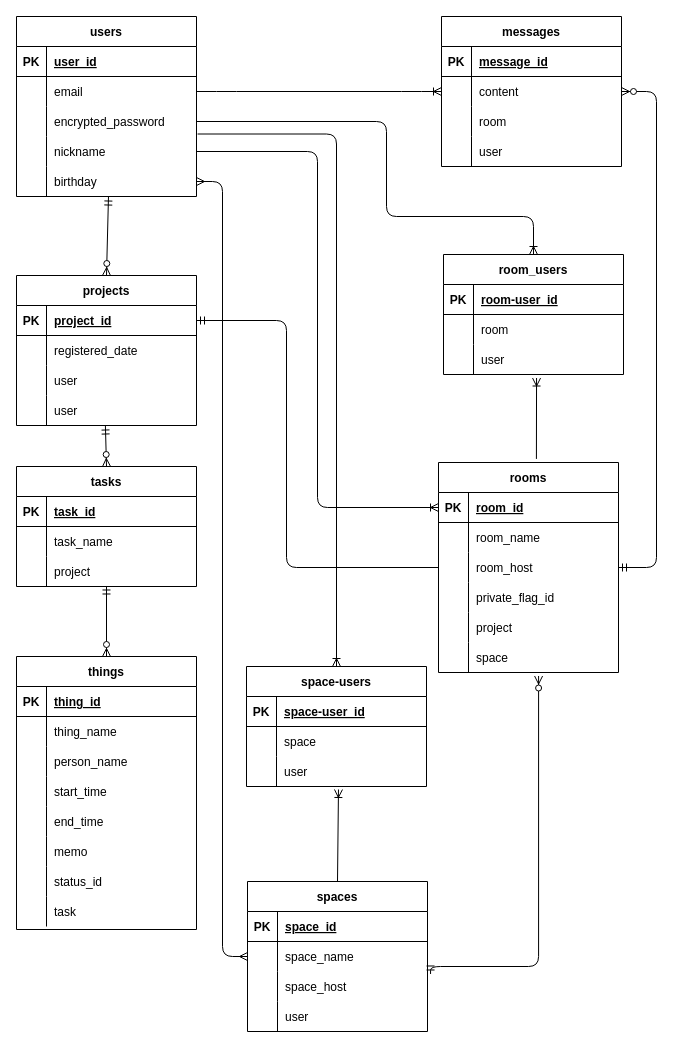
Before: tododbd.dio in sora-site/tododbd, a draw.io diagram. Source tidied: cells renumbered, new cells numbered last; positions are measured from the earlier drawing's top-left corner, leaving out a move shared by most shapes. Both pictures are drawn from the tidied source at 100%, with x=0, y=0 at pixel (16, 16).
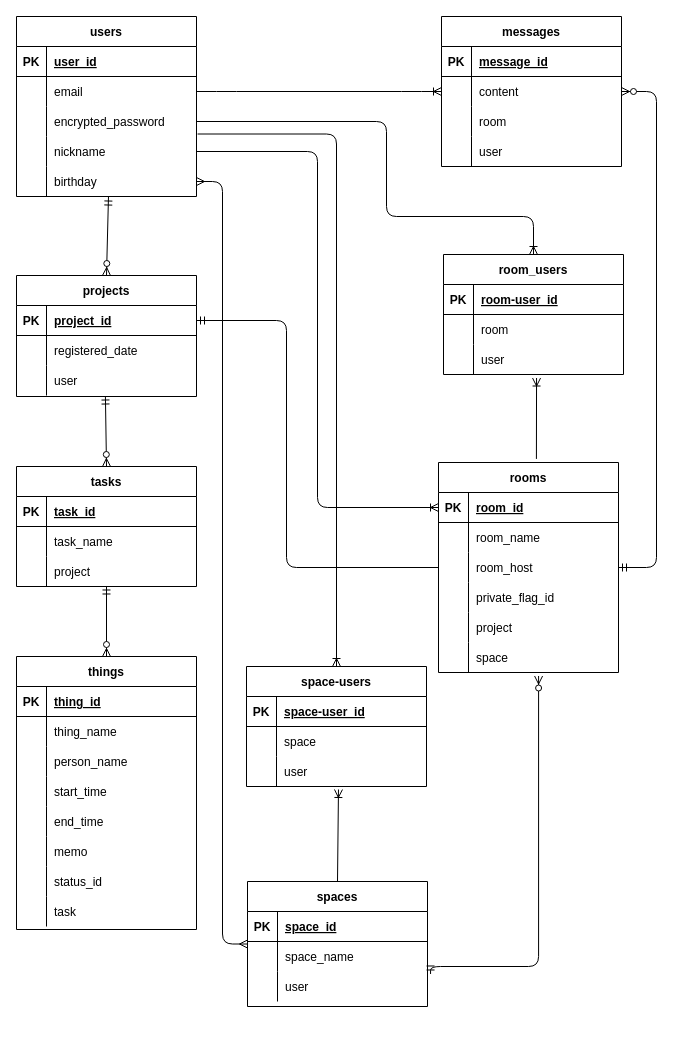
Above is the later version.

Commit message (it also covers changes not shown here):
spaceモデル作成・er図修正

What changed in the source:
```diff
@@
     <mxCell id="100" value="spaces" style="shape=table;startSize=30;childLayout=tableLayout;rowLines=0;fontStyle=1;align=center;" parent="1" vertex="1">
-      <mxGeometry x="231" y="865" width="180" height="150" as="geometry" />
+      <mxGeometry x="231" y="865" width="180" height="125" as="geometry" />
     </mxCell>
@@
-    <mxCell id="107" style="shape=tableRow;horizontal=0;startSize=0;swimlaneHead=0;swimlaneBody=0;fillColor=none;top=0;left=0;right=0;bottom=0;" parent="100" vertex="1">
-      <mxGeometry y="90" width="180" height="30" as="geometry" />
-    </mxCell>
-    <mxCell id="108" style="shape=partialRectangle;fillColor=none;top=0;left=0;bottom=0;right=0;overflow=hidden;" parent="107" vertex="1">
-      <mxGeometry width="30" height="30" as="geometry" />
-    </mxCell>
-    <mxCell id="109" value="space_host" style="shape=partialRectangle;fillColor=none;top=0;left=0;bottom=0;right=0;align=left;spacingLeft=6;overflow=hidden;" parent="107" vertex="1">
-      <mxGeometry x="30" width="150" height="30" as="geometry" />
-    </mxCell>
     <mxCell id="110" style="shape=tableRow;horizontal=0;startSize=0;swimlaneHead=0;swimlaneBody=0;fillColor=none;top=0;left=0;right=0;bottom=0;" parent="100" vertex="1">
-      <mxGeometry y="120" width="180" height="30" as="geometry" />
+      <mxGeometry y="90" width="180" height="30" as="geometry" />
     </mxCell>
@@
     <mxCell id="125" value="projects" style="shape=table;startSize=30;childLayout=tableLayout;rowLines=0;fontStyle=1;align=center;" parent="1" vertex="1">
-      <mxGeometry y="259" width="180" height="150" as="geometry" />
+      <mxGeometry y="259" width="180" height="121" as="geometry" />
     </mxCell>
@@
-    <mxCell id="132" style="shape=tableRow;horizontal=0;startSize=0;swimlaneHead=0;swimlaneBody=0;fillColor=none;top=0;left=0;right=0;bottom=0;" parent="125" vertex="1">
-      <mxGeometry y="90" width="180" height="30" as="geometry" />
-    </mxCell>
-    <mxCell id="133" style="shape=partialRectangle;fillColor=none;top=0;left=0;bottom=0;right=0;overflow=hidden;" parent="132" vertex="1">
-      <mxGeometry width="30" height="30" as="geometry" />
-    </mxCell>
-    <mxCell id="134" value="user" style="shape=partialRectangle;fillColor=none;top=0;left=0;bottom=0;right=0;align=left;spacingLeft=6;overflow=hidden;" parent="132" vertex="1">
-      <mxGeometry x="30" width="150" height="30" as="geometry" />
-    </mxCell>
     <mxCell id="135" style="shape=tableRow;horizontal=0;startSize=0;swimlaneHead=0;swimlaneBody=0;fillColor=none;points=[[0,0.5],[1,0.5]];portConstraint=eastwest;top=0;left=0;right=0;bottom=0;" parent="125" vertex="1">
-      <mxGeometry y="120" width="180" height="30" as="geometry" />
+      <mxGeometry y="90" width="180" height="30" as="geometry" />
     </mxCell>
```
